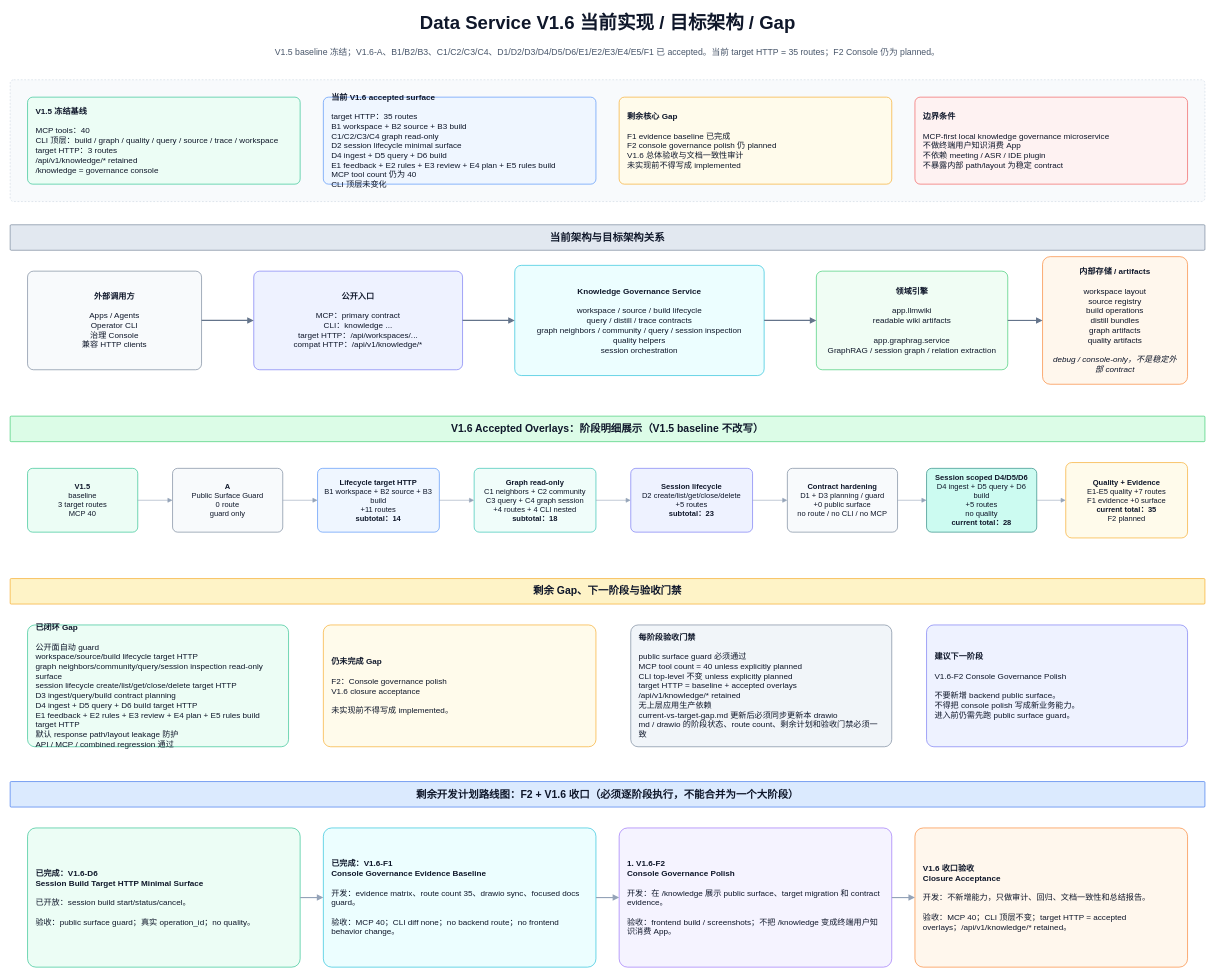
Earlier version of the draw.io diagram data_service/docs/V1.6/current-vs-target-gap.drawio (ljx418/meeting-voice-assistant). Source tidied: cells renumbered, new cells numbered last; positions are measured from the earlier drawing's top-left corner, leaving out a move shared by most shapes. Both pictures are drawn from the tidied source at 58%, with x=0, y=0 at pixel (10, 10).
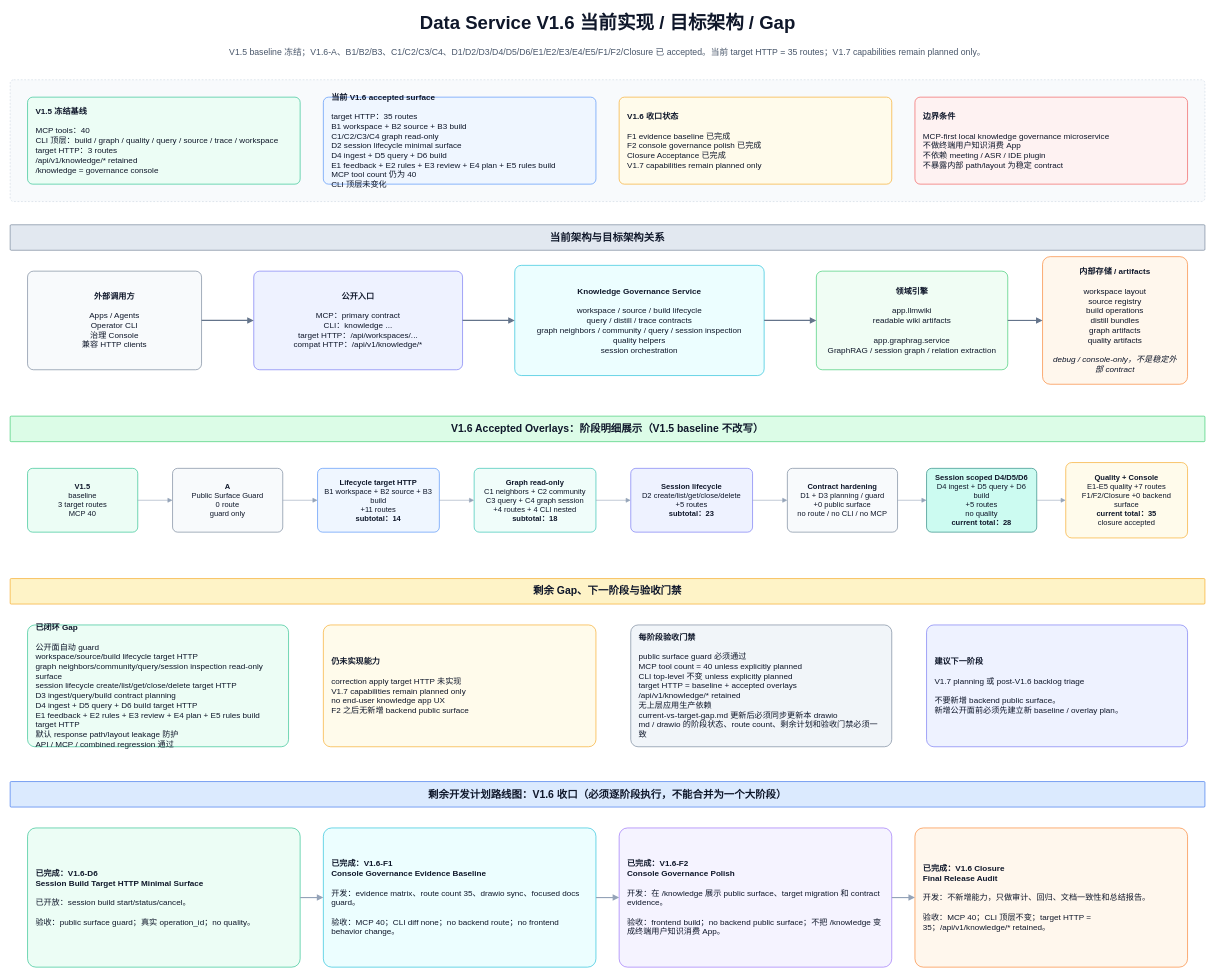
The same page after the edit.

Diff of the diagram source:
```diff
@@
-    <mxCell id="3" value="V1.5 baseline 冻结；V1.6-A、B1/B2/B3、C1/C2/C3/C4、D1/D2/D3/D4/D5/D6/E1/E2/E3/E4/E5/F1 已 accepted。当前 target HTTP = 35 routes；F2 Console 仍为 planned。" style="text;html=1;strokeColor=none;fillColor=none;fontSize=15;fontColor=#475569;align=center;verticalAlign=middle;whiteSpace=wrap;" parent="1" vertex="1">
+    <mxCell id="3" value="V1.5 baseline 冻结；V1.6-A、B1/B2/B3、C1/C2/C3/C4、D1/D2/D3/D4/D5/D6/E1/E2/E3/E4/E5/F1/F2/Closure 已 accepted。当前 target HTTP = 35 routes；V1.7 capabilities remain planned only。" style="text;html=1;strokeColor=none;fillColor=none;fontSize=15;fontColor=#475569;align=center;verticalAlign=middle;whiteSpace=wrap;" parent="1" vertex="1">
       <mxGeometry x="180" y="48" width="1700" height="46" as="geometry" />
     </mxCell>
@@
-    <mxCell id="7" value="&lt;b&gt;剩余核心 Gap&lt;/b&gt;&lt;br&gt;&lt;br&gt;F1 evidence baseline 已完成&lt;br&gt;F2 console governance polish 仍 planned&lt;br&gt;V1.6 总体验收与文档一致性审计&lt;br&gt;未实现前不得写成 implemented" style="rounded=1;whiteSpace=wrap;html=1;arcSize=6;fillColor=#FFFBEB;strokeColor=#F59E0B;fontColor=#0F172A;fontSize=14;spacing=14;align=left;" parent="1" vertex="1">
+    <mxCell id="7" value="&lt;b&gt;V1.6 收口状态&lt;/b&gt;&lt;br&gt;&lt;br&gt;F1 evidence baseline 已完成&lt;br&gt;F2 console governance polish 已完成&lt;br&gt;Closure Acceptance 已完成&lt;br&gt;V1.7 capabilities remain planned only" style="rounded=1;whiteSpace=wrap;html=1;arcSize=6;fillColor=#FFFBEB;strokeColor=#F59E0B;fontColor=#0F172A;fontSize=14;spacing=14;align=left;" parent="1" vertex="1">
       <mxGeometry x="1050" y="150" width="470" height="150" as="geometry" />
     </mxCell>
@@
-    <mxCell id="27" value="&lt;b&gt;Quality + Evidence&lt;/b&gt;&lt;br&gt;E1-E5 quality +7 routes&lt;br&gt;F1 evidence +0 surface&lt;br&gt;&lt;b&gt;current total：35&lt;/b&gt;&lt;br&gt;F2 planned" style="rounded=1;whiteSpace=wrap;html=1;arcSize=8;fillColor=#FFFBEB;strokeColor=#F59E0B;fontColor=#0F172A;fontSize=13;align=center;spacing=10;" parent="1" vertex="1">
+    <mxCell id="27" value="&lt;b&gt;Quality + Console&lt;/b&gt;&lt;br&gt;E1-E5 quality +7 routes&lt;br&gt;F1/F2/Closure +0 backend surface&lt;br&gt;&lt;b&gt;current total：35&lt;/b&gt;&lt;br&gt;closure accepted" style="rounded=1;whiteSpace=wrap;html=1;arcSize=8;fillColor=#FFFBEB;strokeColor=#F59E0B;fontColor=#0F172A;fontSize=13;align=center;spacing=10;" parent="1" vertex="1">
       <mxGeometry x="1820" y="780" width="210" height="130" as="geometry" />
     </mxCell>
@@
-    <mxCell id="37" value="&lt;b&gt;仍未完成 Gap&lt;/b&gt;&lt;br&gt;&lt;br&gt;F2：Console governance polish&lt;br&gt;V1.6 closure acceptance&lt;br&gt;&lt;br&gt;未实现前不得写成 implemented。" style="rounded=1;whiteSpace=wrap;html=1;arcSize=6;fillColor=#FFFBEB;strokeColor=#F59E0B;fontColor=#0F172A;fontSize=14;spacing=14;align=left;" parent="1" vertex="1">
+    <mxCell id="37" value="&lt;b&gt;仍未实现能力&lt;/b&gt;&lt;br&gt;&lt;br&gt;correction apply target HTTP 未实现&lt;br&gt;V1.7 capabilities remain planned only&lt;br&gt;no end-user knowledge app UX&lt;br&gt;F2 之后无新增 backend public surface" style="rounded=1;whiteSpace=wrap;html=1;arcSize=6;fillColor=#FFFBEB;strokeColor=#F59E0B;fontColor=#0F172A;fontSize=14;spacing=14;align=left;" parent="1" vertex="1">
       <mxGeometry x="540" y="1060" width="470" height="210" as="geometry" />
     </mxCell>
@@
-    <mxCell id="39" value="&lt;b&gt;建议下一阶段&lt;/b&gt;&lt;br&gt;&lt;br&gt;V1.6-F2 Console Governance Polish&lt;br&gt;&lt;br&gt;不要新增 backend public surface。&lt;br&gt;不得把 console polish 写成新业务能力。&lt;br&gt;进入前仍需先跑 public surface guard。" style="rounded=1;whiteSpace=wrap;html=1;arcSize=6;fillColor=#EEF2FF;strokeColor=#6366F1;fontColor=#0F172A;fontSize=14;spacing=14;align=left;" parent="1" vertex="1">
+    <mxCell id="39" value="&lt;b&gt;建议下一阶段&lt;/b&gt;&lt;br&gt;&lt;br&gt;V1.7 planning 或 post-V1.6 backlog triage&lt;br&gt;&lt;br&gt;不要新增 backend public surface。&lt;br&gt;新增公开面前必须先建立新 baseline / overlay plan。" style="rounded=1;whiteSpace=wrap;html=1;arcSize=6;fillColor=#EEF2FF;strokeColor=#6366F1;fontColor=#0F172A;fontSize=14;spacing=14;align=left;" parent="1" vertex="1">
       <mxGeometry x="1580" y="1060" width="450" height="210" as="geometry" />
     </mxCell>
-    <mxCell id="40" value="剩余开发计划路线图：F2 + V1.6 收口（必须逐阶段执行，不能合并为一个大阶段）" style="rounded=1;whiteSpace=wrap;html=1;arcSize=4;fillColor=#DBEAFE;strokeColor=#2563EB;fontColor=#0F172A;fontSize=18;fontStyle=1;align=center;" parent="1" vertex="1">
+    <mxCell id="40" value="剩余开发计划路线图：V1.6 收口（必须逐阶段执行，不能合并为一个大阶段）" style="rounded=1;whiteSpace=wrap;html=1;arcSize=4;fillColor=#DBEAFE;strokeColor=#2563EB;fontColor=#0F172A;fontSize=18;fontStyle=1;align=center;" parent="1" vertex="1">
       <mxGeometry y="1330" width="2060" height="44" as="geometry" />
     </mxCell>
@@
-    <mxCell id="43" value="&lt;b&gt;1. V1.6-F2&lt;/b&gt;&lt;br&gt;&lt;b&gt;Console Governance Polish&lt;/b&gt;&lt;br&gt;&lt;br&gt;开发：在 /knowledge 展示 public surface、target migration 和 contract evidence。&lt;br&gt;&lt;br&gt;验收：frontend build / screenshots；不把 /knowledge 变成终端用户知识消费 App。" style="rounded=1;whiteSpace=wrap;html=1;arcSize=6;fillColor=#F5F3FF;strokeColor=#8B5CF6;fontColor=#0F172A;fontSize=14;spacing=14;align=left;" parent="1" vertex="1">
+    <mxCell id="43" value="&lt;b&gt;已完成：V1.6-F2&lt;/b&gt;&lt;br&gt;&lt;b&gt;Console Governance Polish&lt;/b&gt;&lt;br&gt;&lt;br&gt;开发：在 /knowledge 展示 public surface、target migration 和 contract evidence。&lt;br&gt;&lt;br&gt;验收：frontend build；no backend public surface；不把 /knowledge 变成终端用户知识消费 App。" style="rounded=1;whiteSpace=wrap;html=1;arcSize=6;fillColor=#F5F3FF;strokeColor=#8B5CF6;fontColor=#0F172A;fontSize=14;spacing=14;align=left;" parent="1" vertex="1">
       <mxGeometry x="1050" y="1410" width="470" height="240" as="geometry" />
     </mxCell>
-    <mxCell id="44" value="&lt;b&gt;V1.6 收口验收&lt;/b&gt;&lt;br&gt;&lt;b&gt;Closure Acceptance&lt;/b&gt;&lt;br&gt;&lt;br&gt;开发：不新增能力，只做审计、回归、文档一致性和总结报告。&lt;br&gt;&lt;br&gt;验收：MCP 40；CLI 顶层不变；target HTTP = accepted overlays；/api/v1/knowledge/* retained。" style="rounded=1;whiteSpace=wrap;html=1;arcSize=6;fillColor=#FFF7ED;strokeColor=#F97316;fontColor=#0F172A;fontSize=14;spacing=14;align=left;" parent="1" vertex="1">
+    <mxCell id="44" value="&lt;b&gt;已完成：V1.6 Closure&lt;/b&gt;&lt;br&gt;&lt;b&gt;Final Release Audit&lt;/b&gt;&lt;br&gt;&lt;br&gt;开发：不新增能力，只做审计、回归、文档一致性和总结报告。&lt;br&gt;&lt;br&gt;验收：MCP 40；CLI 顶层不变；target HTTP = 35；/api/v1/knowledge/* retained。" style="rounded=1;whiteSpace=wrap;html=1;arcSize=6;fillColor=#FFF7ED;strokeColor=#F97316;fontColor=#0F172A;fontSize=14;spacing=14;align=left;" parent="1" vertex="1">
       <mxGeometry x="1560" y="1410" width="470" height="240" as="geometry" />
     </mxCell>
```
